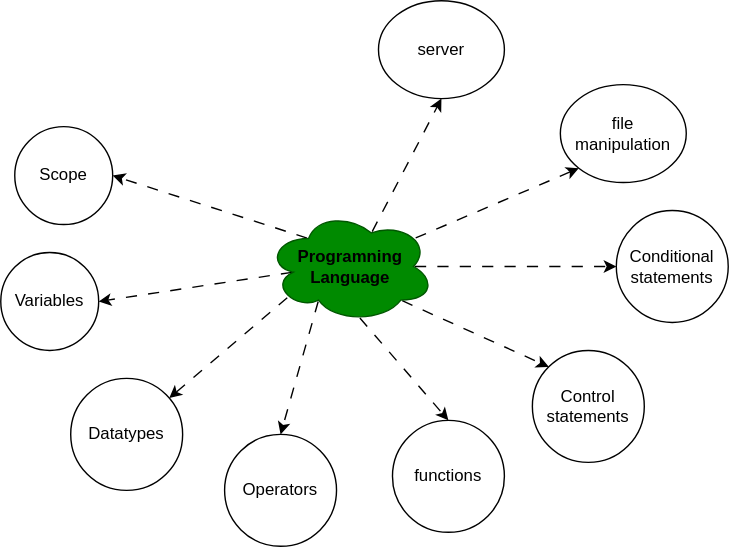
Before: ⭐programming-langs/pl.svg, a diagram exported from draw.io (knkrn5/Programming-Concepts). Source tidied: cells renumbered, new cells last; positions are measured from the earlier drawing's top-left corner, leaving out a move shared by most shapes.
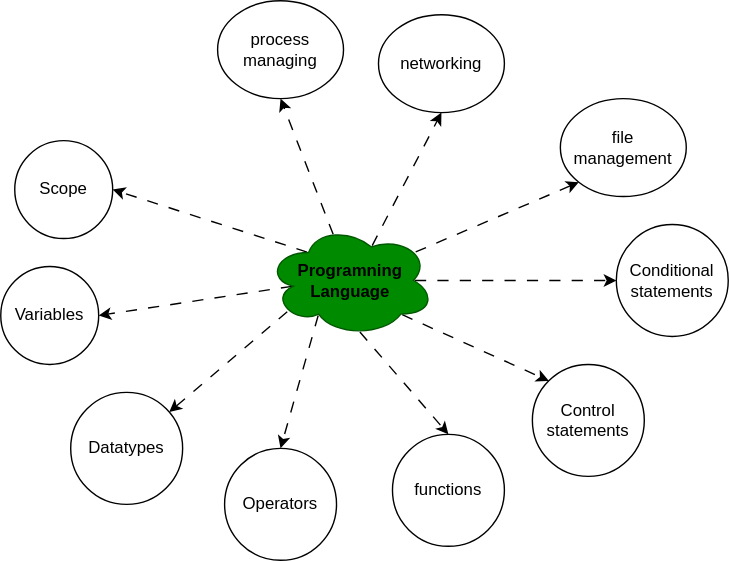
The same diagram one commit later.

What changed in the source:
```diff
@@ -29,6 +29,9 @@
     <mxCell id="10" style="edgeStyle=none;html=1;exitX=0.25;exitY=0.25;exitDx=0;exitDy=0;exitPerimeter=0;entryX=1;entryY=0.5;entryDx=0;entryDy=0;flowAnimation=1;" parent="1" edge="1" source="11" target="3">
       <mxGeometry relative="1" as="geometry" />
     </mxCell>
+    <mxCell id="21" style="edgeStyle=none;html=1;exitX=0.4;exitY=0.1;exitDx=0;exitDy=0;exitPerimeter=0;entryX=0.5;entryY=1;entryDx=0;entryDy=0;flowAnimation=1;" parent="1" edge="1" source="11" target="22">
+      <mxGeometry relative="1" as="geometry" />
+    </mxCell>
     <mxCell id="11" value="&lt;b&gt;&lt;font style=&quot;color: light-dark(rgb(0, 0, 0), rgb(0, 0, 0));&quot;&gt;Programning&lt;/font&gt;&lt;/b&gt;&lt;div&gt;&lt;font style=&quot;&quot;&gt;&lt;b style=&quot;&quot;&gt;&lt;font style=&quot;color: light-dark(rgb(0, 0, 0), rgb(0, 0, 0));&quot;&gt;Language&lt;/font&gt;&lt;/b&gt;&lt;/font&gt;&lt;/div&gt;" style="ellipse;shape=cloud;whiteSpace=wrap;html=1;fillColor=#008a00;fontColor=#ffffff;strokeColor=#005700;" parent="1" vertex="1">
       <mxGeometry x="190" y="150" width="120" height="80" as="geometry" />
     </mxCell>
@@ -47,12 +50,15 @@
     <mxCell id="16" value="Conditional&lt;div&gt;statements&lt;/div&gt;" style="ellipse;whiteSpace=wrap;html=1;" parent="1" vertex="1">
       <mxGeometry x="440" y="150" width="80" height="80" as="geometry" />
     </mxCell>
-    <mxCell id="17" value="file&lt;div&gt;manipulation&lt;/div&gt;" style="ellipse;whiteSpace=wrap;html=1;" parent="1" vertex="1">
+    <mxCell id="17" value="file&lt;div&gt;management&lt;/div&gt;" style="ellipse;whiteSpace=wrap;html=1;" parent="1" vertex="1">
       <mxGeometry x="400" y="60" width="90" height="70" as="geometry" />
     </mxCell>
-    <mxCell id="18" value="server" style="ellipse;whiteSpace=wrap;html=1;" parent="1" vertex="1">
+    <mxCell id="18" value="networking" style="ellipse;whiteSpace=wrap;html=1;" parent="1" vertex="1">
       <mxGeometry x="270" width="90" height="70" as="geometry" />
     </mxCell>
+    <mxCell id="22" value="process&lt;div&gt;managing&lt;/div&gt;" style="ellipse;whiteSpace=wrap;html=1;" parent="1" vertex="1">
+      <mxGeometry x="155" y="-10" width="90" height="70" as="geometry" />
+    </mxCell>
     <mxCell id="19" style="html=1;exitX=0.55;exitY=0.95;exitDx=0;exitDy=0;exitPerimeter=0;entryX=0.5;entryY=0;entryDx=0;entryDy=0;flowAnimation=1;" parent="1" edge="1" source="11" target="14">
       <mxGeometry relative="1" as="geometry" />
     </mxCell>
```
